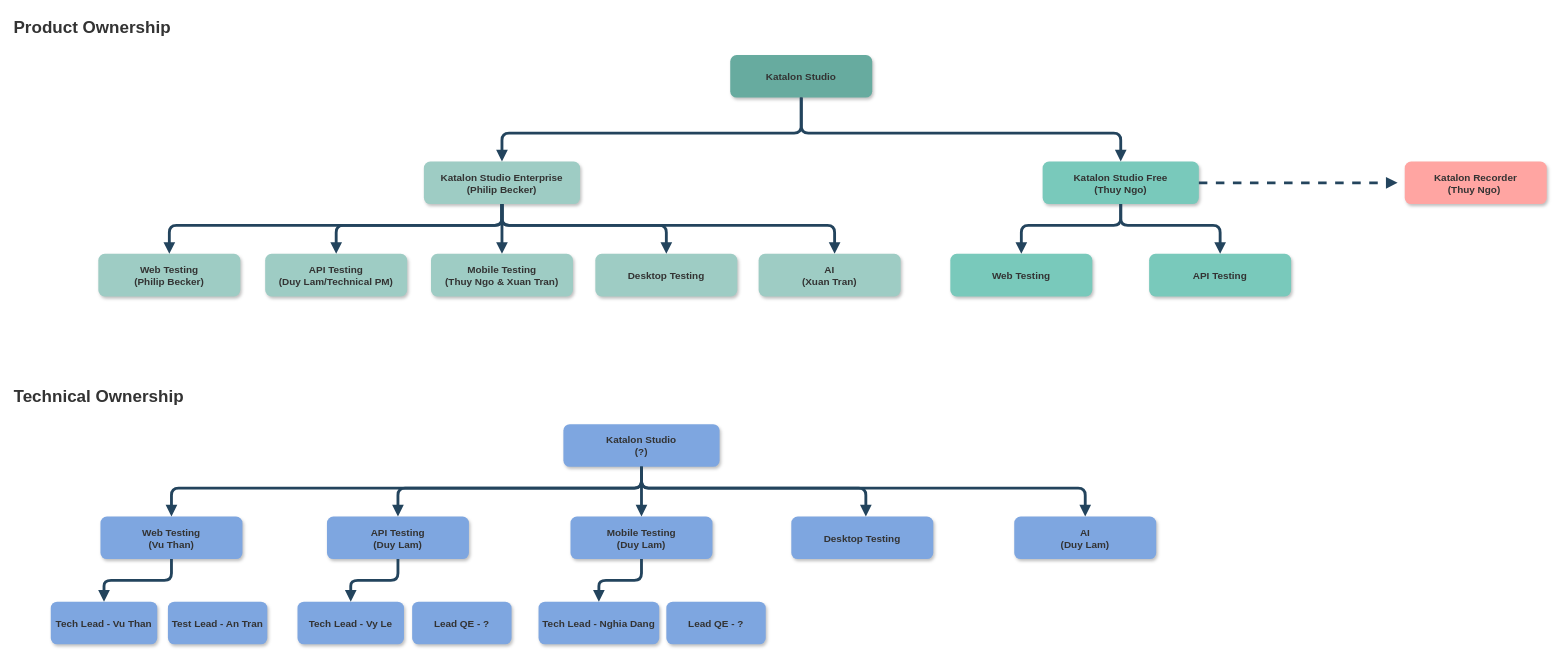
The draw.io diagram Studio Workstream.drawio in nhpthuy/chart, before the edit. Source tidied: cells renumbered, new cells numbered last; positions are measured from the earlier drawing's top-left corner, leaving out a move shared by most shapes. Both pictures are drawn from the tidied source at 71%, with x=0, y=0 at pixel (12, 12).
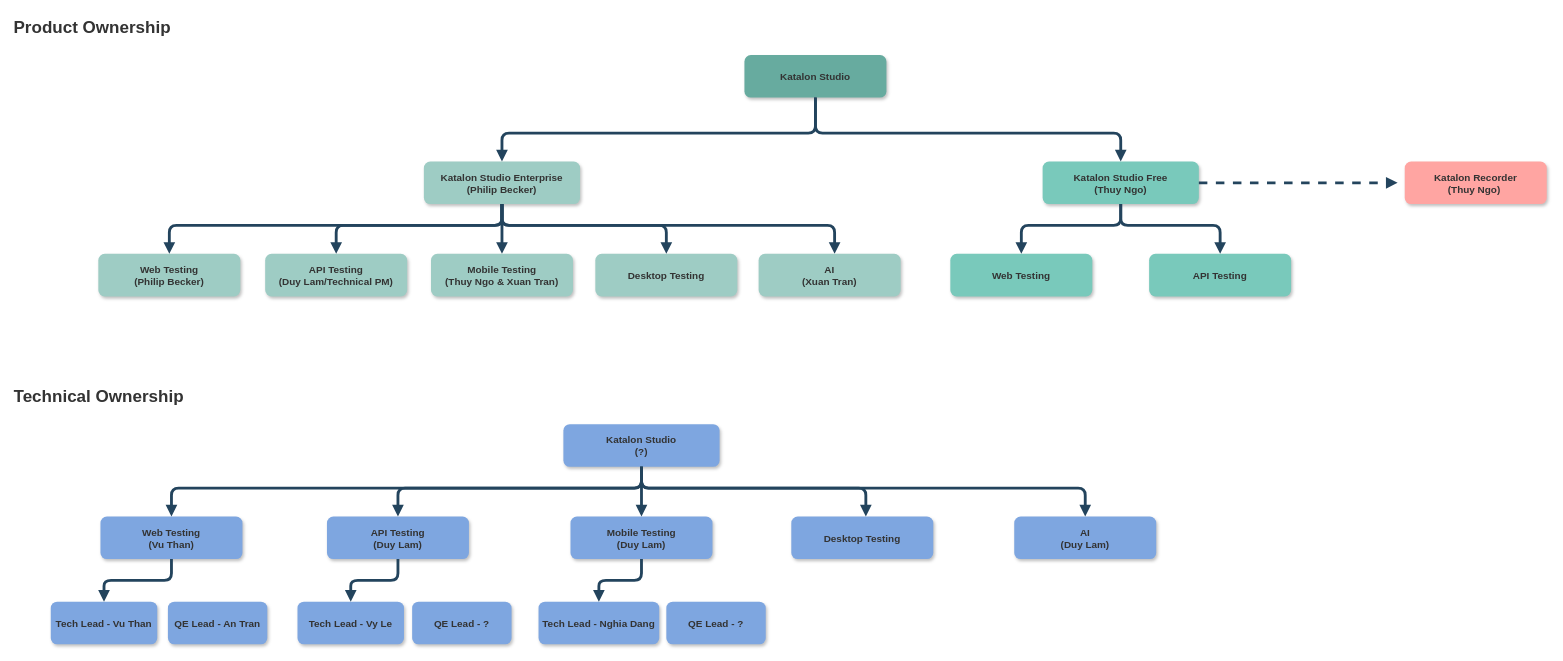
Above is the later version.

What changed in the source:
```diff
@@
     <mxCell id="2" value="Katalon Studio" style="rounded=1;fillColor=#67AB9F;strokeColor=none;shadow=1;gradientColor=none;fontStyle=1;fontColor=#333333;fontSize=14;" parent="1" vertex="1">
-      <mxGeometry x="1011" y="60" width="200" height="60" as="geometry" />
+      <mxGeometry x="1031" y="60" width="200" height="60" as="geometry" />
     </mxCell>
@@
-    <mxCell id="31" value="Test Lead - An Tran" style="rounded=1;fillColor=#7EA6E0;strokeColor=none;shadow=1;gradientColor=none;fontStyle=1;fontColor=#333333;fontSize=14;" parent="1" vertex="1">
+    <mxCell id="31" value="QE Lead - An Tran" style="rounded=1;fillColor=#7EA6E0;strokeColor=none;shadow=1;gradientColor=none;fontStyle=1;fontColor=#333333;fontSize=14;" parent="1" vertex="1">
       <mxGeometry x="219" y="830" width="140" height="60" as="geometry" />
     </mxCell>
@@
-    <mxCell id="33" value="Lead QE - ?" style="rounded=1;fillColor=#7EA6E0;strokeColor=none;shadow=1;gradientColor=none;fontStyle=1;fontColor=#333333;fontSize=14;" parent="1" vertex="1">
+    <mxCell id="33" value="QE Lead - ?" style="rounded=1;fillColor=#7EA6E0;strokeColor=none;shadow=1;gradientColor=none;fontStyle=1;fontColor=#333333;fontSize=14;" parent="1" vertex="1">
       <mxGeometry x="563" y="830" width="140" height="60" as="geometry" />
     </mxCell>
@@
-    <mxCell id="35" value="Lead QE - ?" style="rounded=1;fillColor=#7EA6E0;strokeColor=none;shadow=1;gradientColor=none;fontStyle=1;fontColor=#333333;fontSize=14;" parent="1" vertex="1">
+    <mxCell id="35" value="QE Lead - ?" style="rounded=1;fillColor=#7EA6E0;strokeColor=none;shadow=1;gradientColor=none;fontStyle=1;fontColor=#333333;fontSize=14;" parent="1" vertex="1">
       <mxGeometry x="921" y="830" width="140" height="60" as="geometry" />
     </mxCell>
```
